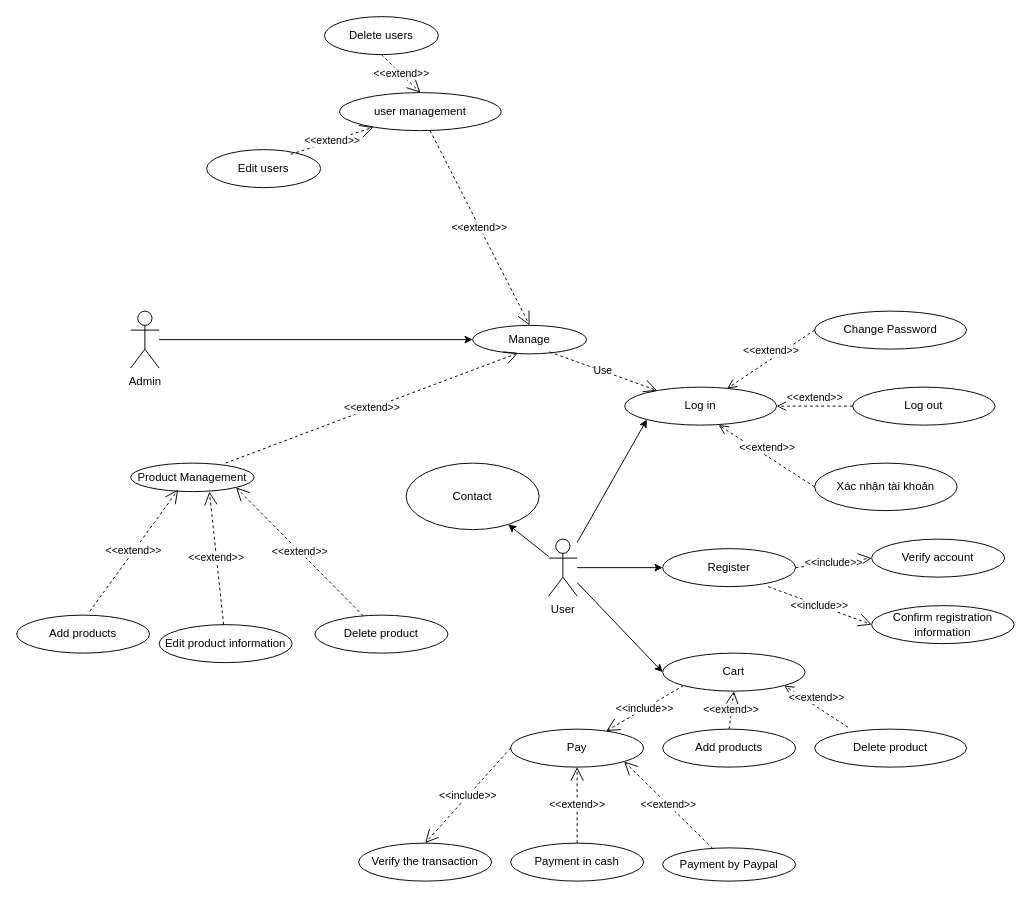
Above: page "use case tổng quát" (1 of 34) of Biểu đồ không có tiêu đề.drawio in anhduy7723/api_auth (draw.io), before the change. Source tidied: cells renumbered, new cells numbered last; positions are measured from the earlier drawing's top-left corner, leaving out a move shared by most shapes. Both pictures are drawn from the tidied source at 95%, with x=0, y=0 at pixel (16, 16).
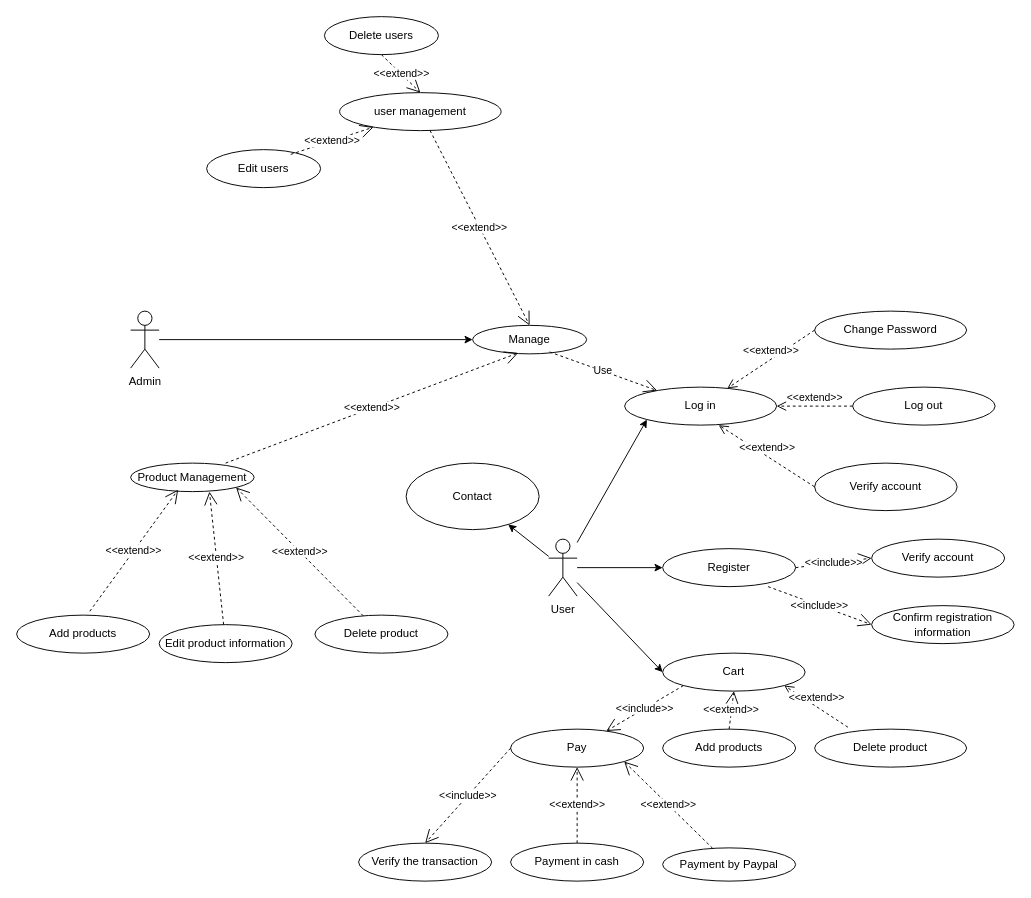
The same page after the edit.

What changed in the source:
```diff
@@
-    <mxCell id="17" value="Xác nhận tài khoản" style="ellipse;whiteSpace=wrap;html=1;" parent="1" vertex="1">
+    <mxCell id="17" value="Verify account" style="ellipse;whiteSpace=wrap;html=1;" parent="1" vertex="1">
       <mxGeometry x="840" y="470" width="150" height="50" as="geometry" />
     </mxCell>
```
